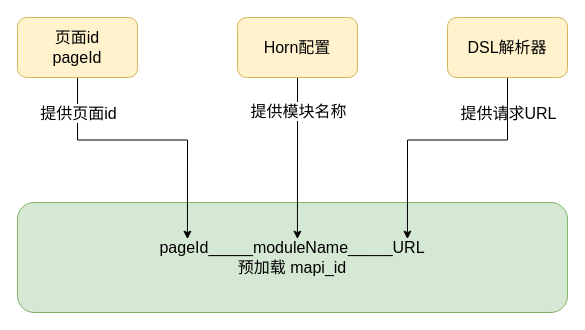
hpk1994/shophome keeps this draw.io diagram as page "第 4 页" (4 of 9) of 频道首页执行流程.drawio. Above is the earlier version. Source tidied: cells renumbered, new cells numbered last; positions are measured from the earlier drawing's top-left corner, leaving out a move shared by most shapes. Both pictures are drawn from the tidied source at 100%, with x=0, y=0 at pixel (17, 17).
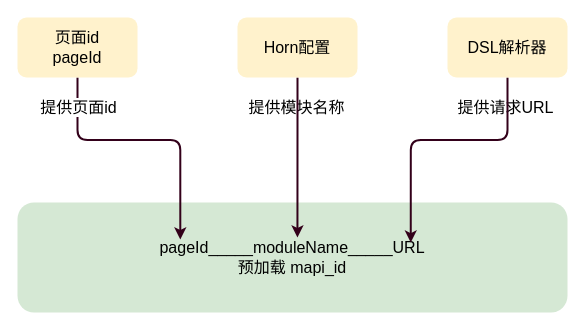
Above is the later version.

The edit, as a diff of the source:
```diff
@@
 <mxGraphModel>
   <root>
     <mxCell id="0" />
     <mxCell id="1" parent="0" />
-    <mxCell id="2" value="pageId_____moduleName_____URL&lt;br&gt;预加载 mapi_id" style="rounded=1;whiteSpace=wrap;html=1;fontSize=16;fillColor=#d5e8d4;strokeColor=#82b366;" parent="1" vertex="1">
+    <mxCell id="2" value="pageId_____moduleName_____URL&lt;br&gt;预加载 mapi_id" style="rounded=1;whiteSpace=wrap;html=1;fontSize=16;fillColor=#d5e8d4;strokeColor=none;" parent="1" vertex="1">
       <mxGeometry y="185" width="550" height="110" as="geometry" />
     </mxCell>
-    <mxCell id="3" style="edgeStyle=orthogonalEdgeStyle;rounded=0;jettySize=auto;html=1;exitX=0.5;exitY=1;exitDx=0;exitDy=0;entryX=0.309;entryY=0.333;entryDx=0;entryDy=0;entryPerimeter=0;fontSize=16;" parent="1" edge="1" source="4" target="2">
+    <mxCell id="3" style="edgeStyle=orthogonalEdgeStyle;rounded=1;jettySize=auto;html=1;exitX=0.5;exitY=1;exitDx=0;exitDy=0;entryX=0.296;entryY=0.336;entryDx=0;entryDy=0;entryPerimeter=0;startSize=34;strokeColor=#33001A;strokeWidth=2;fontSize=16;" parent="1" edge="1" source="4" target="2">
       <mxGeometry relative="1" as="geometry" />
     </mxCell>
+    <mxCell id="8" value="提供页面id" style="text;html=1;align=center;verticalAlign=middle;labelBackgroundColor=#ffffff;fontSize=16;" parent="3" vertex="1">
+      <mxGeometry x="-0.78" relative="1" as="geometry" />
+    </mxCell>
+    <mxCell id="6" value="提供模块名称" style="text;html=1;align=center;verticalAlign=middle;labelBackgroundColor=#ffffff;fontSize=16;" parent="3" vertex="1">
+      <mxGeometry x="-0.78" relative="1" as="geometry">
+        <mxPoint x="218" as="offset" />
+      </mxGeometry>
+    </mxCell>
+    <mxCell id="7" value="提供请求URL" style="text;html=1;align=center;verticalAlign=middle;labelBackgroundColor=#FFFFFF;fontSize=16;" parent="3" vertex="1">
+      <mxGeometry x="-0.78" relative="1" as="geometry">
+        <mxPoint x="427" as="offset" />
+      </mxGeometry>
+    </mxCell>
-    <mxCell id="4" value="页面id&lt;br&gt;pageId" style="rounded=1;whiteSpace=wrap;html=1;fontSize=16;fillColor=#fff2cc;strokeColor=#d6b656;" parent="1" vertex="1">
+    <mxCell id="4" value="页面id&lt;br&gt;pageId" style="rounded=1;whiteSpace=wrap;html=1;fontSize=16;fillColor=#fff2cc;strokeColor=none;" parent="1" vertex="1">
       <mxGeometry width="120" height="60" as="geometry" />
     </mxCell>
-    <mxCell id="5" style="edgeStyle=orthogonalEdgeStyle;rounded=0;jettySize=auto;html=1;exitX=0.5;exitY=1;exitDx=0;exitDy=0;entryX=0.509;entryY=0.333;entryDx=0;entryDy=0;entryPerimeter=0;fontSize=16;" parent="1" edge="1" source="9" target="2">
+    <mxCell id="5" style="edgeStyle=orthogonalEdgeStyle;rounded=1;jettySize=auto;html=1;exitX=0.5;exitY=1;exitDx=0;exitDy=0;entryX=0.509;entryY=0.318;entryDx=0;entryDy=0;entryPerimeter=0;startSize=34;strokeColor=#33001A;strokeWidth=2;fontSize=16;" parent="1" edge="1" source="9" target="2">
       <mxGeometry relative="1" as="geometry" />
     </mxCell>
-    <mxCell id="6" value="提供模块名称" style="text;html=1;align=center;verticalAlign=middle;labelBackgroundColor=#ffffff;fontSize=16;" parent="5" vertex="1">
-      <mxGeometry x="-0.59" relative="1" as="geometry" />
-    </mxCell>
-    <mxCell id="7" value="提供请求URL" style="text;html=1;align=center;verticalAlign=middle;labelBackgroundColor=#ffffff;fontSize=16;" parent="5" vertex="1">
-      <mxGeometry x="-0.59" relative="1" as="geometry">
-        <mxPoint x="210" y="2" as="offset" />
-      </mxGeometry>
-    </mxCell>
-    <mxCell id="8" value="提供页面id" style="text;html=1;align=center;verticalAlign=middle;labelBackgroundColor=#ffffff;fontSize=16;" parent="5" vertex="1">
-      <mxGeometry x="-0.59" relative="1" as="geometry">
-        <mxPoint x="-220" y="2" as="offset" />
-      </mxGeometry>
-    </mxCell>
-    <mxCell id="9" value="Horn配置" style="rounded=1;whiteSpace=wrap;html=1;fontSize=16;fillColor=#fff2cc;strokeColor=#d6b656;" parent="1" vertex="1">
+    <mxCell id="9" value="Horn配置" style="rounded=1;whiteSpace=wrap;html=1;fontSize=16;fillColor=#fff2cc;strokeColor=none;" parent="1" vertex="1">
       <mxGeometry x="220" width="120" height="60" as="geometry" />
     </mxCell>
-    <mxCell id="10" style="edgeStyle=orthogonalEdgeStyle;rounded=0;jettySize=auto;html=1;exitX=0.5;exitY=1;exitDx=0;exitDy=0;entryX=0.709;entryY=0.333;entryDx=0;entryDy=0;entryPerimeter=0;fontSize=16;" parent="1" edge="1" source="11" target="2">
+    <mxCell id="10" style="edgeStyle=orthogonalEdgeStyle;rounded=1;jettySize=auto;html=1;exitX=0.5;exitY=1;exitDx=0;exitDy=0;entryX=0.715;entryY=0.364;entryDx=0;entryDy=0;entryPerimeter=0;startSize=34;strokeColor=#33001A;strokeWidth=2;fontSize=16;" parent="1" edge="1" source="11" target="2">
       <mxGeometry relative="1" as="geometry" />
     </mxCell>
-    <mxCell id="11" value="DSL解析器" style="rounded=1;whiteSpace=wrap;html=1;fontSize=16;fillColor=#fff2cc;strokeColor=#d6b656;" parent="1" vertex="1">
+    <mxCell id="11" value="DSL解析器" style="rounded=1;whiteSpace=wrap;html=1;fontSize=16;fillColor=#fff2cc;strokeColor=none;" parent="1" vertex="1">
       <mxGeometry x="430" width="120" height="60" as="geometry" />
     </mxCell>
   </root>
 </mxGraphModel>
```
